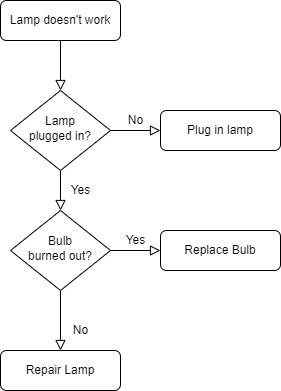
The draw.io diagram main.png in Sky199710/myDiagram, before a commit. Source tidied: cells renumbered, new cells last; positions are measured from the earlier drawing's top-left corner, leaving out a move shared by most shapes. Its diagram source:
```xml
<mxGraphModel>
  <root>
    <mxCell id="0" />
    <mxCell id="1" parent="0" />
    <mxCell id="2" style="rounded=0;html=1;jettySize=auto;fontSize=11;endArrow=block;endFill=0;endSize=8;strokeWidth=1;shadow=0;labelBackgroundColor=none;edgeStyle=orthogonalEdgeStyle;" parent="1" edge="1" source="3" target="6">
      <mxGeometry relative="1" as="geometry" />
    </mxCell>
    <mxCell id="3" value="Lamp doesn't work" style="rounded=1;whiteSpace=wrap;html=1;fontSize=12;glass=0;strokeWidth=1;shadow=0;" parent="1" vertex="1">
      <mxGeometry width="120" height="40" as="geometry" />
    </mxCell>
    <mxCell id="4" value="Yes" style="rounded=0;html=1;jettySize=auto;fontSize=11;endArrow=block;endFill=0;endSize=8;strokeWidth=1;shadow=0;labelBackgroundColor=none;edgeStyle=orthogonalEdgeStyle;" parent="1" edge="1" source="6" target="10">
      <mxGeometry y="20" relative="1" as="geometry" />
    </mxCell>
    <mxCell id="5" value="No" style="edgeStyle=orthogonalEdgeStyle;rounded=0;html=1;jettySize=auto;fontSize=11;endArrow=block;endFill=0;endSize=8;strokeWidth=1;shadow=0;labelBackgroundColor=none;" parent="1" edge="1" source="6" target="7">
      <mxGeometry y="10" relative="1" as="geometry" />
    </mxCell>
    <mxCell id="6" value="Lamp&lt;br&gt;plugged in?" style="rhombus;whiteSpace=wrap;html=1;shadow=0;fontFamily=Helvetica;fontSize=12;align=center;strokeWidth=1;spacing=6;spacingTop=-4;" parent="1" vertex="1">
      <mxGeometry x="10" y="90" width="100" height="80" as="geometry" />
    </mxCell>
    <mxCell id="7" value="Plug in lamp" style="rounded=1;whiteSpace=wrap;html=1;fontSize=12;glass=0;strokeWidth=1;shadow=0;" parent="1" vertex="1">
      <mxGeometry x="160" y="110" width="120" height="40" as="geometry" />
    </mxCell>
    <mxCell id="8" value="No" style="rounded=0;html=1;jettySize=auto;fontSize=11;endArrow=block;endFill=0;endSize=8;strokeWidth=1;shadow=0;labelBackgroundColor=none;edgeStyle=orthogonalEdgeStyle;" parent="1" edge="1" source="10" target="11">
      <mxGeometry x="0.33" y="20" relative="1" as="geometry" />
    </mxCell>
    <mxCell id="9" value="Yes" style="edgeStyle=orthogonalEdgeStyle;rounded=0;html=1;jettySize=auto;fontSize=11;endArrow=block;endFill=0;endSize=8;strokeWidth=1;shadow=0;labelBackgroundColor=none;" parent="1" edge="1" source="10" target="12">
      <mxGeometry y="10" relative="1" as="geometry" />
    </mxCell>
    <mxCell id="10" value="Bulb&lt;br&gt;burned out?" style="rhombus;whiteSpace=wrap;html=1;shadow=0;fontFamily=Helvetica;fontSize=12;align=center;strokeWidth=1;spacing=6;spacingTop=-4;" parent="1" vertex="1">
      <mxGeometry x="10" y="210" width="100" height="80" as="geometry" />
    </mxCell>
    <mxCell id="11" value="Repair Lamp" style="rounded=1;whiteSpace=wrap;html=1;fontSize=12;glass=0;strokeWidth=1;shadow=0;" parent="1" vertex="1">
      <mxGeometry y="350" width="120" height="40" as="geometry" />
    </mxCell>
    <mxCell id="12" value="Replace Bulb" style="rounded=1;whiteSpace=wrap;html=1;fontSize=12;glass=0;strokeWidth=1;shadow=0;" parent="1" vertex="1">
      <mxGeometry x="160" y="230" width="120" height="40" as="geometry" />
    </mxCell>
  </root>
</mxGraphModel>
```
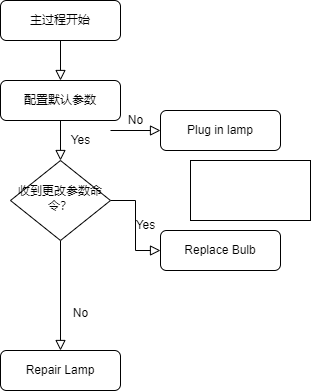
The same diagram one commit later.

The edit, as a diff of the source:
```diff
@@ -2,21 +2,22 @@
   <root>
     <mxCell id="0" />
     <mxCell id="1" parent="0" />
-    <mxCell id="2" style="rounded=0;html=1;jettySize=auto;fontSize=11;endArrow=block;endFill=0;endSize=8;strokeWidth=1;shadow=0;labelBackgroundColor=none;edgeStyle=orthogonalEdgeStyle;" parent="1" edge="1" source="3" target="6">
-      <mxGeometry relative="1" as="geometry" />
+    <mxCell id="2" style="rounded=0;html=1;jettySize=auto;fontSize=11;endArrow=block;endFill=0;endSize=8;strokeWidth=1;shadow=0;labelBackgroundColor=none;edgeStyle=orthogonalEdgeStyle;" parent="1" edge="1" source="3">
+      <mxGeometry relative="1" as="geometry">
+        <mxPoint x="60" y="80" as="targetPoint" />
+      </mxGeometry>
     </mxCell>
-    <mxCell id="3" value="Lamp doesn't work" style="rounded=1;whiteSpace=wrap;html=1;fontSize=12;glass=0;strokeWidth=1;shadow=0;" parent="1" vertex="1">
+    <mxCell id="3" value="主过程开始" style="rounded=1;whiteSpace=wrap;html=1;fontSize=12;glass=0;strokeWidth=1;shadow=0;" parent="1" vertex="1">
       <mxGeometry width="120" height="40" as="geometry" />
     </mxCell>
-    <mxCell id="4" value="Yes" style="rounded=0;html=1;jettySize=auto;fontSize=11;endArrow=block;endFill=0;endSize=8;strokeWidth=1;shadow=0;labelBackgroundColor=none;edgeStyle=orthogonalEdgeStyle;" parent="1" edge="1" source="6" target="10">
+    <mxCell id="4" value="Yes" style="rounded=0;html=1;jettySize=auto;fontSize=11;endArrow=block;endFill=0;endSize=8;strokeWidth=1;shadow=0;labelBackgroundColor=none;edgeStyle=orthogonalEdgeStyle;exitX=0.5;exitY=1;exitDx=0;exitDy=0;" parent="1" edge="1" source="14" target="10">
       <mxGeometry y="20" relative="1" as="geometry" />
     </mxCell>
-    <mxCell id="5" value="No" style="edgeStyle=orthogonalEdgeStyle;rounded=0;html=1;jettySize=auto;fontSize=11;endArrow=block;endFill=0;endSize=8;strokeWidth=1;shadow=0;labelBackgroundColor=none;" parent="1" edge="1" source="6" target="7">
-      <mxGeometry y="10" relative="1" as="geometry" />
+    <mxCell id="5" value="No" style="edgeStyle=orthogonalEdgeStyle;rounded=0;html=1;jettySize=auto;fontSize=11;endArrow=block;endFill=0;endSize=8;strokeWidth=1;shadow=0;labelBackgroundColor=none;" parent="1" edge="1" target="7">
+      <mxGeometry y="10" relative="1" as="geometry">
+        <mxPoint x="110" y="130" as="sourcePoint" />
+      </mxGeometry>
     </mxCell>
-    <mxCell id="6" value="Lamp&lt;br&gt;plugged in?" style="rhombus;whiteSpace=wrap;html=1;shadow=0;fontFamily=Helvetica;fontSize=12;align=center;strokeWidth=1;spacing=6;spacingTop=-4;" parent="1" vertex="1">
-      <mxGeometry x="10" y="90" width="100" height="80" as="geometry" />
-    </mxCell>
     <mxCell id="7" value="Plug in lamp" style="rounded=1;whiteSpace=wrap;html=1;fontSize=12;glass=0;strokeWidth=1;shadow=0;" parent="1" vertex="1">
       <mxGeometry x="160" y="110" width="120" height="40" as="geometry" />
     </mxCell>
@@ -26,8 +27,8 @@
     <mxCell id="9" value="Yes" style="edgeStyle=orthogonalEdgeStyle;rounded=0;html=1;jettySize=auto;fontSize=11;endArrow=block;endFill=0;endSize=8;strokeWidth=1;shadow=0;labelBackgroundColor=none;" parent="1" edge="1" source="10" target="12">
       <mxGeometry y="10" relative="1" as="geometry" />
     </mxCell>
-    <mxCell id="10" value="Bulb&lt;br&gt;burned out?" style="rhombus;whiteSpace=wrap;html=1;shadow=0;fontFamily=Helvetica;fontSize=12;align=center;strokeWidth=1;spacing=6;spacingTop=-4;" parent="1" vertex="1">
-      <mxGeometry x="10" y="210" width="100" height="80" as="geometry" />
+    <mxCell id="10" value="&lt;font style=&quot;font-size: 12px&quot;&gt;收到更改参数命令？&lt;/font&gt;" style="rhombus;whiteSpace=wrap;html=1;shadow=0;fontFamily=Helvetica;fontSize=12;align=center;strokeWidth=1;spacing=6;spacingTop=-4;verticalAlign=middle;" parent="1" vertex="1">
+      <mxGeometry x="10" y="160" width="100" height="80" as="geometry" />
     </mxCell>
     <mxCell id="11" value="Repair Lamp" style="rounded=1;whiteSpace=wrap;html=1;fontSize=12;glass=0;strokeWidth=1;shadow=0;" parent="1" vertex="1">
       <mxGeometry y="350" width="120" height="40" as="geometry" />
@@ -35,5 +36,11 @@
     <mxCell id="12" value="Replace Bulb" style="rounded=1;whiteSpace=wrap;html=1;fontSize=12;glass=0;strokeWidth=1;shadow=0;" parent="1" vertex="1">
       <mxGeometry x="160" y="230" width="120" height="40" as="geometry" />
     </mxCell>
+    <mxCell id="13" style="rounded=0;whiteSpace=wrap;html=1;" parent="1" vertex="1">
+      <mxGeometry x="190" y="160" width="120" height="60" as="geometry" />
+    </mxCell>
+    <mxCell id="14" value="配置默认参数" style="rounded=1;whiteSpace=wrap;html=1;fontSize=12;glass=0;strokeWidth=1;shadow=0;" parent="1" vertex="1">
+      <mxGeometry y="80" width="120" height="40" as="geometry" />
+    </mxCell>
   </root>
 </mxGraphModel>
```
